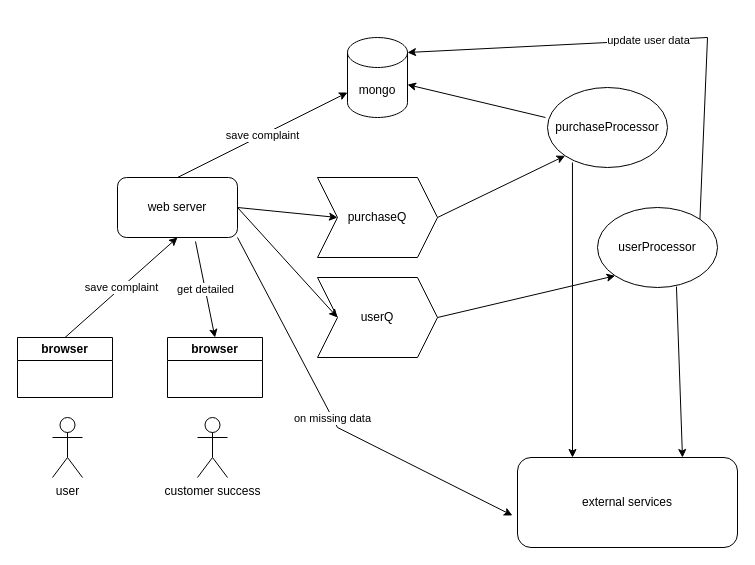
sshay77/intuit keeps this draw.io diagram as diagram.drawio. Above is the earlier version. Source tidied: cells renumbered, new cells numbered last; positions are measured from the earlier drawing's top-left corner, leaving out a move shared by most shapes. Both pictures are drawn from the tidied source at 100%, with x=0, y=0 at pixel (17, 37).
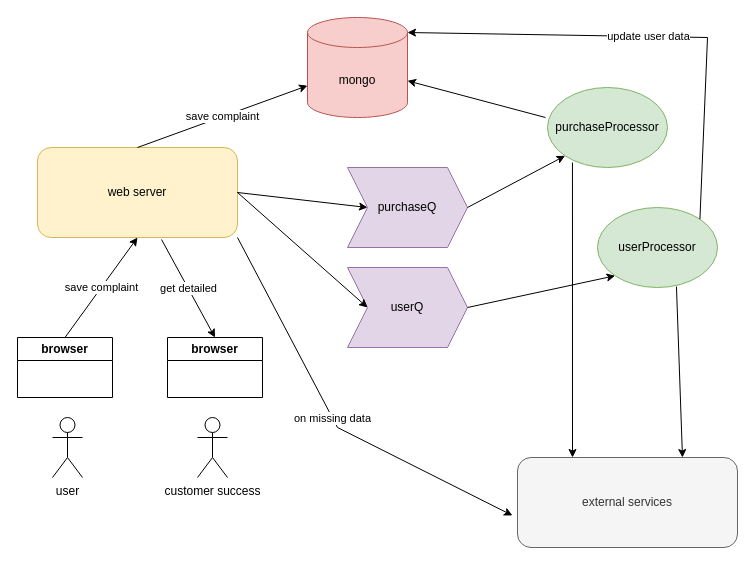
After the change.

Unchanged cells that the change refers to:
```xml
<mxCell id="19" value="browser" style="swimlane;whiteSpace=wrap;html=1;" parent="1" vertex="1">
  <mxGeometry x="150" y="300" width="95" height="60" as="geometry" />
</mxCell>
```

What changed in the source:
```diff
@@
-    <mxCell id="2" value="web server" style="rounded=1;whiteSpace=wrap;html=1;" parent="1" vertex="1">
-      <mxGeometry x="100" y="140" width="120" height="60" as="geometry" />
+    <mxCell id="2" value="web server" style="rounded=1;whiteSpace=wrap;html=1;fillColor=#fff2cc;strokeColor=#d6b656;" parent="1" vertex="1">
+      <mxGeometry x="20" y="110" width="200" height="90" as="geometry" />
     </mxCell>
-    <mxCell id="3" value="mongo" style="shape=cylinder3;whiteSpace=wrap;html=1;boundedLbl=1;backgroundOutline=1;size=15;" parent="1" vertex="1">
-      <mxGeometry x="330" width="60" height="80" as="geometry" />
+    <mxCell id="3" value="mongo" style="shape=cylinder3;whiteSpace=wrap;html=1;boundedLbl=1;backgroundOutline=1;size=15;fillColor=#f8cecc;strokeColor=#b85450;" parent="1" vertex="1">
+      <mxGeometry x="290" y="-20" width="100" height="100" as="geometry" />
     </mxCell>
@@
-    <mxCell id="5" value="purchaseQ" style="shape=step;perimeter=stepPerimeter;whiteSpace=wrap;html=1;fixedSize=1;" parent="1" vertex="1">
-      <mxGeometry x="300" y="140" width="120" height="80" as="geometry" />
+    <mxCell id="5" value="purchaseQ" style="shape=step;perimeter=stepPerimeter;whiteSpace=wrap;html=1;fixedSize=1;fillColor=#e1d5e7;strokeColor=#9673a6;" parent="1" vertex="1">
+      <mxGeometry x="330" y="130" width="120" height="80" as="geometry" />
     </mxCell>
-    <mxCell id="6" value="userQ" style="shape=step;perimeter=stepPerimeter;whiteSpace=wrap;html=1;fixedSize=1;" parent="1" vertex="1">
-      <mxGeometry x="300" y="240" width="120" height="80" as="geometry" />
+    <mxCell id="6" value="userQ" style="shape=step;perimeter=stepPerimeter;whiteSpace=wrap;html=1;fixedSize=1;fillColor=#e1d5e7;strokeColor=#9673a6;" parent="1" vertex="1">
+      <mxGeometry x="330" y="230" width="120" height="80" as="geometry" />
     </mxCell>
@@
-    <mxCell id="12" value="purchaseProcessor" style="ellipse;whiteSpace=wrap;html=1;" parent="1" vertex="1">
+    <mxCell id="12" value="purchaseProcessor" style="ellipse;whiteSpace=wrap;html=1;fillColor=#d5e8d4;strokeColor=#82b366;" parent="1" vertex="1">
       <mxGeometry x="530" y="50" width="120" height="80" as="geometry" />
     </mxCell>
-    <mxCell id="13" value="userProcessor" style="ellipse;whiteSpace=wrap;html=1;" parent="1" vertex="1">
+    <mxCell id="13" value="userProcessor" style="ellipse;whiteSpace=wrap;html=1;fillColor=#d5e8d4;strokeColor=#82b366;" parent="1" vertex="1">
       <mxGeometry x="580" y="170" width="120" height="80" as="geometry" />
     </mxCell>
@@
-    <mxCell id="20" value="get detailed" style="endArrow=classic;html=1;rounded=0;entryX=0.5;entryY=0;entryDx=0;entryDy=0;exitX=0.65;exitY=1.067;exitDx=0;exitDy=0;exitPerimeter=0;" parent="1" edge="1" source="2" target="19">
+    <mxCell id="20" value="get detailed" style="endArrow=classic;html=1;rounded=0;entryX=0.5;entryY=0;entryDx=0;entryDy=0;exitX=0.62;exitY=1.022;exitDx=0;exitDy=0;exitPerimeter=0;" parent="1" edge="1" source="2" target="19">
       <mxGeometry relative="1" as="geometry" />
     </mxCell>
-    <mxCell id="21" value="external services" style="rounded=1;whiteSpace=wrap;html=1;" parent="1" vertex="1">
+    <mxCell id="21" value="external services" style="rounded=1;whiteSpace=wrap;html=1;fillColor=#f5f5f5;fontColor=#333333;strokeColor=#666666;" parent="1" vertex="1">
       <mxGeometry x="500" y="420" width="220" height="90" as="geometry" />
     </mxCell>
```
